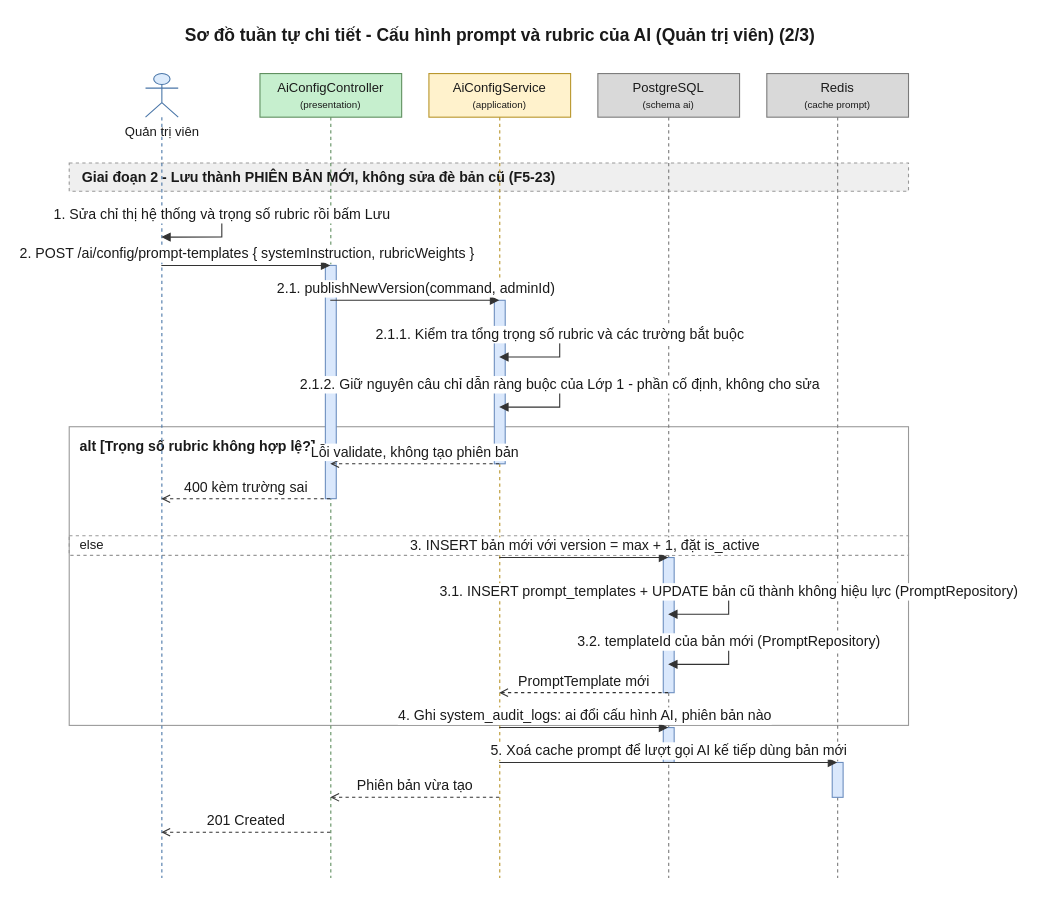
Before: 08-diagram/sequence/admin/sequence_admin_cau_hinh_prompt_ai_p2.drawio in daiphu1801/PRJ_ALGOPREP, a draw.io diagram. Source tidied: cells renumbered, new cells numbered last; positions are measured from the earlier drawing's top-left corner, leaving out a move shared by most shapes. Both pictures are drawn from the tidied source at 109%, with x=0, y=0 at pixel (69, 19).
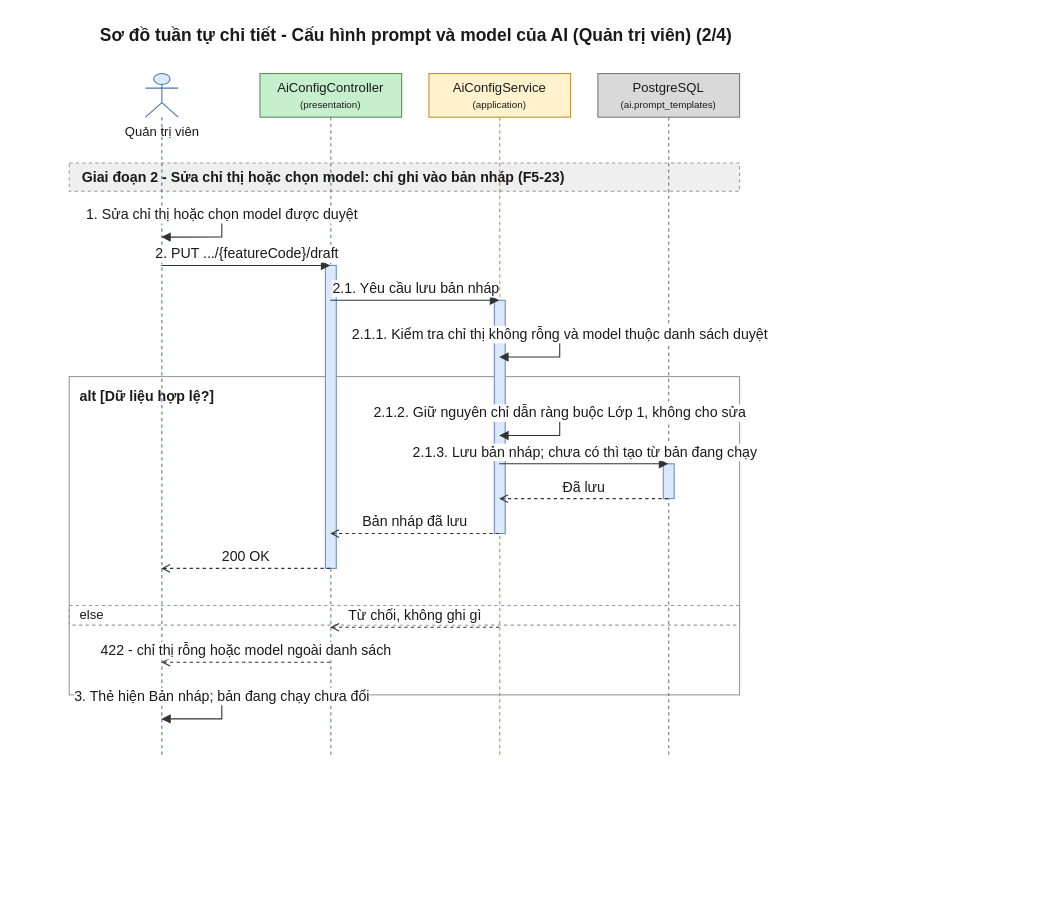
The same diagram, later.

Diff of the diagram source:
```diff
@@
-    <mxCell id="2" value="Sơ đồ tuần tự chi tiết - Cấu hình prompt và rubric của AI (Quản trị viên) (2/3)" style="text;html=1;fontSize=16;fontStyle=1;align=center;verticalAlign=middle;fontColor=#1A1A1A;" parent="1" vertex="1">
-      <mxGeometry x="20" width="750" height="30" as="geometry" />
+    <mxCell id="2" value="Sơ đồ tuần tự chi tiết - Cấu hình prompt và model của AI (Quản trị viên) (2/4)" style="text;html=1;fontSize=16;fontStyle=1;align=center;verticalAlign=middle;fontColor=#1A1A1A;" parent="1" vertex="1">
+      <mxGeometry x="20" width="595" height="30" as="geometry" />
     </mxCell>
-    <mxCell id="3" value="alt [Trọng số rubric không hợp lệ?]" style="algoprep=alt;rounded=0;whiteSpace=wrap;html=1;fillColor=none;strokeColor=#999999;verticalAlign=top;align=left;spacingLeft=8;spacingTop=4;fontColor=#1A1A1A;fontSize=13;fontStyle=1;dashed=0;" parent="1" vertex="1">
-      <mxGeometry y="374" width="770" height="274" as="geometry" />
+    <mxCell id="3" value="alt [Dữ liệu hợp lệ?]" style="algoprep=alt;rounded=0;whiteSpace=wrap;html=1;fillColor=none;strokeColor=#999999;verticalAlign=top;align=left;spacingLeft=8;spacingTop=4;fontColor=#1A1A1A;fontSize=13;fontStyle=1;dashed=0;" parent="1" vertex="1">
+      <mxGeometry y="328" width="615" height="292" as="geometry" />
     </mxCell>
     <mxCell id="4" value="else" style="text;html=1;dashed=1;strokeColor=#999999;fillColor=none;align=left;verticalAlign=middle;spacingLeft=8;fontColor=#1A1A1A;fontSize=12;" parent="1" vertex="1">
-      <mxGeometry y="474" width="770" height="18" as="geometry" />
+      <mxGeometry y="538" width="615" height="18" as="geometry" />
     </mxCell>
-    <mxCell id="5" value="Giai đoạn 2 - Lưu thành PHIÊN BẢN MỚI, không sửa đè bản cũ (F5-23)" style="algoprep=phase;rounded=0;whiteSpace=wrap;html=1;fillColor=#EFEFEF;strokeColor=#999999;dashed=1;align=left;verticalAlign=middle;spacingLeft=10;fontColor=#1A1A1A;fontSize=13;fontStyle=1;" parent="1" vertex="1">
-      <mxGeometry y="132" width="770" height="26" as="geometry" />
+    <mxCell id="5" value="Giai đoạn 2 - Sửa chỉ thị hoặc chọn model: chỉ ghi vào bản nháp (F5-23)" style="algoprep=phase;rounded=0;whiteSpace=wrap;html=1;fillColor=#EFEFEF;strokeColor=#999999;dashed=1;align=left;verticalAlign=middle;spacingLeft=10;fontColor=#1A1A1A;fontSize=13;fontStyle=1;" parent="1" vertex="1">
+      <mxGeometry y="132" width="615" height="26" as="geometry" />
     </mxCell>
     <mxCell id="6" value="Quản trị viên" style="shape=umlLifeline;participant=umlActor;perimeter=lifelinePerimeter;html=1;outlineConnect=0;size=40;verticalAlign=top;spacingTop=40;fillColor=#DCEBFC;strokeColor=#4A76A8;fontColor=#1A1A1A;" parent="1" vertex="1">
-      <mxGeometry x="70" y="50" width="30" height="738" as="geometry" />
+      <mxGeometry x="70" y="50" width="30" height="628" as="geometry" />
     </mxCell>
     <mxCell id="7" value="AiConfigController&lt;br&gt;&lt;font style=&quot;font-size:9px&quot;&gt;(presentation)&lt;/font&gt;" style="shape=umlLifeline;perimeter=lifelinePerimeter;whiteSpace=wrap;html=1;outlineConnect=0;size=40;fillColor=#C6EFCE;strokeColor=#5E8E5E;fontColor=#1A1A1A;" parent="1" vertex="1">
-      <mxGeometry x="175" y="50" width="130" height="738" as="geometry" />
+      <mxGeometry x="175" y="50" width="130" height="628" as="geometry" />
     </mxCell>
     <mxCell id="8" value="AiConfigService&lt;br&gt;&lt;font style=&quot;font-size:9px&quot;&gt;(application)&lt;/font&gt;" style="shape=umlLifeline;perimeter=lifelinePerimeter;whiteSpace=wrap;html=1;outlineConnect=0;size=40;fillColor=#FFF2CC;strokeColor=#B8952A;fontColor=#1A1A1A;" parent="1" vertex="1">
-      <mxGeometry x="330" y="50" width="130" height="738" as="geometry" />
+      <mxGeometry x="330" y="50" width="130" height="628" as="geometry" />
     </mxCell>
-    <mxCell id="9" value="PostgreSQL&lt;br&gt;&lt;font style=&quot;font-size:9px&quot;&gt;(schema ai)&lt;/font&gt;" style="shape=umlLifeline;perimeter=lifelinePerimeter;whiteSpace=wrap;html=1;outlineConnect=0;size=40;fillColor=#D9D9D9;strokeColor=#7A7A7A;fontColor=#1A1A1A;" parent="1" vertex="1">
-      <mxGeometry x="485" y="50" width="130" height="738" as="geometry" />
+    <mxCell id="9" value="PostgreSQL&lt;br&gt;&lt;font style=&quot;font-size:9px&quot;&gt;(ai.prompt_templates)&lt;/font&gt;" style="shape=umlLifeline;perimeter=lifelinePerimeter;whiteSpace=wrap;html=1;outlineConnect=0;size=40;fillColor=#D9D9D9;strokeColor=#7A7A7A;fontColor=#1A1A1A;" parent="1" vertex="1">
+      <mxGeometry x="485" y="50" width="130" height="628" as="geometry" />
     </mxCell>
-    <mxCell id="10" value="Redis&lt;br&gt;&lt;font style=&quot;font-size:9px&quot;&gt;(cache prompt)&lt;/font&gt;" style="shape=umlLifeline;perimeter=lifelinePerimeter;whiteSpace=wrap;html=1;outlineConnect=0;size=40;fillColor=#D9D9D9;strokeColor=#7A7A7A;fontColor=#1A1A1A;" parent="1" vertex="1">
-      <mxGeometry x="640" y="50" width="130" height="738" as="geometry" />
+    <mxCell id="10" style="html=1;points=[[0,0,0,0,0],[0,1,0,0,0],[1,0,0,0,0],[1,1,0,0,0]];perimeter=orthogonalPerimeter;outlineConnect=0;targetShapes=umlLifeline;fillColor=#DAE8FC;strokeColor=#6C8EBF;" parent="9" vertex="1">
+      <mxGeometry x="60" y="358" width="10" height="32" as="geometry" />
     </mxCell>
     <mxCell id="11" style="html=1;perimeter=orthogonalPerimeter;targetShapes=umlLifeline;fillColor=#DAE8FC;strokeColor=#6C8EBF;" parent="8" vertex="1">
-      <mxGeometry x="60" y="208" width="10" height="150" as="geometry" />
+      <mxGeometry x="60" y="208" width="10" height="214" as="geometry" />
     </mxCell>
     <mxCell id="12" style="html=1;perimeter=orthogonalPerimeter;targetShapes=umlLifeline;fillColor=#DAE8FC;strokeColor=#6C8EBF;" parent="7" vertex="1">
-      <mxGeometry x="60" y="176" width="10" height="214" as="geometry" />
+      <mxGeometry x="60" y="176" width="10" height="278" as="geometry" />
     </mxCell>
-    <mxCell id="13" style="html=1;perimeter=orthogonalPerimeter;targetShapes=umlLifeline;fillColor=#DAE8FC;strokeColor=#6C8EBF;" parent="9" vertex="1">
-      <mxGeometry x="60" y="444" width="10" height="124" as="geometry" />
-    </mxCell>
-    <mxCell id="14" style="html=1;perimeter=orthogonalPerimeter;targetShapes=umlLifeline;fillColor=#DAE8FC;strokeColor=#6C8EBF;" parent="9" vertex="1">
-      <mxGeometry x="60" y="600" width="10" height="32" as="geometry" />
-    </mxCell>
-    <mxCell id="15" style="html=1;perimeter=orthogonalPerimeter;targetShapes=umlLifeline;fillColor=#DAE8FC;strokeColor=#6C8EBF;" parent="10" vertex="1">
-      <mxGeometry x="60" y="632" width="10" height="32" as="geometry" />
-    </mxCell>
+    <mxCell id="31" value="1. Sửa chỉ thị hoặc chọn model được duyệt" style="edgeStyle=orthogonalEdgeStyle;rounded=0;html=1;endArrow=block;endFill=1;strokeColor=#333333;fontColor=#1A1A1A;fontSize=13;verticalAlign=bottom;exitX=0.5;exitY=0.2070;exitDx=0;exitDy=0;entryX=0.5;entryY=0.2389;entryDx=0;entryDy=0;" parent="1" edge="1" source="6" target="6">
+      <mxGeometry relative="1" as="geometry">
+        <Array as="points">
+          <mxPoint x="140" y="180" />
+          <mxPoint x="140" y="200" />
+        </Array>
+      </mxGeometry>
+    </mxCell>
+    <mxCell id="32" value="2. PUT .../{featureCode}/draft" style="edgeStyle=none;html=1;endArrow=block;endFill=1;strokeColor=#333333;fontColor=#1A1A1A;fontSize=13;verticalAlign=bottom;exitX=0.5;exitY=0.2803;exitDx=0;exitDy=0;entryX=0.5;entryY=0.2803;entryDx=0;entryDy=0;" parent="1" edge="1" source="6" target="7">
+      <mxGeometry relative="1" as="geometry" />
+    </mxCell>
+    <mxCell id="33" value="2.1. Yêu cầu lưu bản nháp" style="edgeStyle=none;html=1;endArrow=block;endFill=1;strokeColor=#333333;fontColor=#1A1A1A;fontSize=13;verticalAlign=bottom;exitX=0.5;exitY=0.3312;exitDx=0;exitDy=0;entryX=0.5;entryY=0.3312;entryDx=0;entryDy=0;" parent="1" edge="1" source="7" target="8">
+      <mxGeometry relative="1" as="geometry" />
+    </mxCell>
-    <mxCell id="16" value="1. Sửa chỉ thị hệ thống và trọng số rubric rồi bấm Lưu" style="edgeStyle=orthogonalEdgeStyle;rounded=0;html=1;endArrow=block;endFill=1;strokeColor=#333333;fontColor=#1A1A1A;fontSize=13;verticalAlign=bottom;exitX=0.5;exitY=0.1762;exitDx=0;exitDy=0;entryX=0.5;entryY=0.2033;entryDx=0;entryDy=0;" parent="1" edge="1" source="6" target="6">
+    <mxCell id="16" value="2.1.1. Kiểm tra chỉ thị không rỗng và model thuộc danh sách duyệt" style="edgeStyle=orthogonalEdgeStyle;rounded=0;html=1;endArrow=block;endFill=1;strokeColor=#333333;fontColor=#1A1A1A;fontSize=13;verticalAlign=bottom;exitX=0.5;exitY=0.3822;exitDx=0;exitDy=0;entryX=0.5;entryY=0.4140;entryDx=0;entryDy=0;" parent="1" edge="1" source="8" target="8">
       <mxGeometry relative="1" as="geometry">
         <Array as="points">
-          <mxPoint x="140" y="180" />
-          <mxPoint x="140" y="200" />
+          <mxPoint x="450" y="290" />
+          <mxPoint x="450" y="310" />
         </Array>
       </mxGeometry>
     </mxCell>
-    <mxCell id="17" value="2. POST /ai/config/prompt-templates { systemInstruction, rubricWeights }" style="edgeStyle=none;html=1;endArrow=block;endFill=1;strokeColor=#333333;fontColor=#1A1A1A;fontSize=13;verticalAlign=bottom;exitX=0.5;exitY=0.2385;exitDx=0;exitDy=0;entryX=0.5;entryY=0.2385;entryDx=0;entryDy=0;" parent="1" edge="1" source="6" target="7">
-      <mxGeometry relative="1" as="geometry" />
+    <mxCell id="17" value="2.1.2. Giữ nguyên chỉ dẫn ràng buộc Lớp 1, không cho sửa" style="edgeStyle=orthogonalEdgeStyle;rounded=0;html=1;endArrow=block;endFill=1;strokeColor=#333333;fontColor=#1A1A1A;fontSize=13;verticalAlign=bottom;exitX=0.5;exitY=0.4968;exitDx=0;exitDy=0;entryX=0.5;entryY=0.5287;entryDx=0;entryDy=0;" parent="1" edge="1" source="8" target="8">
+      <mxGeometry relative="1" as="geometry">
+        <Array as="points">
+          <mxPoint x="450" y="362" />
+          <mxPoint x="450" y="382" />
+        </Array>
+      </mxGeometry>
     </mxCell>
-    <mxCell id="18" value="2.1. publishNewVersion(command, adminId)" style="edgeStyle=none;html=1;endArrow=block;endFill=1;strokeColor=#333333;fontColor=#1A1A1A;fontSize=13;verticalAlign=bottom;exitX=0.5;exitY=0.2818;exitDx=0;exitDy=0;entryX=0.5;entryY=0.2818;entryDx=0;entryDy=0;" parent="1" edge="1" source="7" target="8">
+    <mxCell id="18" value="2.1.3. Lưu bản nháp; chưa có thì tạo từ bản đang chạy" style="edgeStyle=none;html=1;endArrow=block;endFill=1;strokeColor=#333333;fontColor=#1A1A1A;fontSize=13;verticalAlign=bottom;exitX=0.5;exitY=0.5701;exitDx=0;exitDy=0;entryX=0.5;entryY=0.5701;entryDx=0;entryDy=0;" parent="1" edge="1" source="8" target="9">
       <mxGeometry relative="1" as="geometry" />
     </mxCell>
-    <mxCell id="19" value="2.1.1. Kiểm tra tổng trọng số rubric và các trường bắt buộc" style="edgeStyle=orthogonalEdgeStyle;rounded=0;html=1;endArrow=block;endFill=1;strokeColor=#333333;fontColor=#1A1A1A;fontSize=13;verticalAlign=bottom;exitX=0.5;exitY=0.3252;exitDx=0;exitDy=0;entryX=0.5;entryY=0.3523;entryDx=0;entryDy=0;" parent="1" edge="1" source="8" target="8">
-      <mxGeometry relative="1" as="geometry">
-        <Array as="points">
-          <mxPoint x="450" y="290" />
-          <mxPoint x="450" y="310" />
-        </Array>
-      </mxGeometry>
+    <mxCell id="19" value="Đã lưu" style="edgeStyle=none;html=1;endArrow=open;endFill=0;dashed=1;strokeColor=#333333;fontColor=#1A1A1A;fontSize=13;verticalAlign=bottom;exitX=0.5;exitY=0.6210;exitDx=0;exitDy=0;entryX=0.5;entryY=0.6210;entryDx=0;entryDy=0;" parent="1" edge="1" source="9" target="8">
+      <mxGeometry relative="1" as="geometry" />
     </mxCell>
-    <mxCell id="20" value="2.1.2. Giữ nguyên câu chỉ dẫn ràng buộc của Lớp 1 - phần cố định, không cho sửa" style="edgeStyle=orthogonalEdgeStyle;rounded=0;html=1;endArrow=block;endFill=1;strokeColor=#333333;fontColor=#1A1A1A;fontSize=13;verticalAlign=bottom;exitX=0.5;exitY=0.3875;exitDx=0;exitDy=0;entryX=0.5;entryY=0.4146;entryDx=0;entryDy=0;" parent="1" edge="1" source="8" target="8">
-      <mxGeometry relative="1" as="geometry">
-        <Array as="points">
-          <mxPoint x="450" y="336" />
-          <mxPoint x="450" y="356" />
-        </Array>
-      </mxGeometry>
+    <mxCell id="20" value="Bản nháp đã lưu" style="edgeStyle=none;html=1;endArrow=open;endFill=0;dashed=1;strokeColor=#333333;fontColor=#1A1A1A;fontSize=13;verticalAlign=bottom;exitX=0.5;exitY=0.6720;exitDx=0;exitDy=0;entryX=0.5;entryY=0.6720;entryDx=0;entryDy=0;" parent="1" edge="1" source="8" target="7">
+      <mxGeometry relative="1" as="geometry" />
     </mxCell>
-    <mxCell id="21" value="Lỗi validate, không tạo phiên bản" style="edgeStyle=none;html=1;endArrow=open;endFill=0;dashed=1;strokeColor=#333333;fontColor=#1A1A1A;fontSize=13;verticalAlign=bottom;exitX=0.5;exitY=0.4851;exitDx=0;exitDy=0;entryX=0.5;entryY=0.4851;entryDx=0;entryDy=0;" parent="1" edge="1" source="8" target="7">
+    <mxCell id="21" value="200 OK" style="edgeStyle=none;html=1;endArrow=open;endFill=0;dashed=1;strokeColor=#333333;fontColor=#1A1A1A;fontSize=13;verticalAlign=bottom;exitX=0.5;exitY=0.7229;exitDx=0;exitDy=0;entryX=0.5;entryY=0.7229;entryDx=0;entryDy=0;" parent="1" edge="1" source="7" target="6">
       <mxGeometry relative="1" as="geometry" />
     </mxCell>
-    <mxCell id="22" value="400 kèm trường sai" style="edgeStyle=none;html=1;endArrow=open;endFill=0;dashed=1;strokeColor=#333333;fontColor=#1A1A1A;fontSize=13;verticalAlign=bottom;exitX=0.5;exitY=0.5285;exitDx=0;exitDy=0;entryX=0.5;entryY=0.5285;entryDx=0;entryDy=0;" parent="1" edge="1" source="7" target="6">
+    <mxCell id="22" value="Từ chối, không ghi gì" style="edgeStyle=none;html=1;endArrow=open;endFill=0;dashed=1;strokeColor=#333333;fontColor=#1A1A1A;fontSize=13;verticalAlign=bottom;exitX=0.5;exitY=0.8089;exitDx=0;exitDy=0;entryX=0.5;entryY=0.8089;entryDx=0;entryDy=0;" parent="1" edge="1" source="8" target="7">
       <mxGeometry relative="1" as="geometry" />
     </mxCell>
-    <mxCell id="23" value="3. INSERT bản mới với version = max + 1, đặt is_active" style="edgeStyle=none;html=1;endArrow=block;endFill=1;strokeColor=#333333;fontColor=#1A1A1A;fontSize=13;verticalAlign=bottom;exitX=0.5;exitY=0.6016;exitDx=0;exitDy=0;entryX=0.5;entryY=0.6016;entryDx=0;entryDy=0;" parent="1" edge="1" source="8" target="9">
+    <mxCell id="23" value="422 - chỉ thị rỗng hoặc model ngoài danh sách" style="edgeStyle=none;html=1;endArrow=open;endFill=0;dashed=1;strokeColor=#333333;fontColor=#1A1A1A;fontSize=13;verticalAlign=bottom;exitX=0.5;exitY=0.8599;exitDx=0;exitDy=0;entryX=0.5;entryY=0.8599;entryDx=0;entryDy=0;" parent="1" edge="1" source="7" target="6">
       <mxGeometry relative="1" as="geometry" />
     </mxCell>
-    <mxCell id="24" value="3.1. INSERT prompt_templates + UPDATE bản cũ thành không hiệu lực (PromptRepository)" style="edgeStyle=orthogonalEdgeStyle;rounded=0;html=1;endArrow=block;endFill=1;strokeColor=#333333;fontColor=#1A1A1A;fontSize=13;verticalAlign=bottom;exitX=0.5;exitY=0.6450;exitDx=0;exitDy=0;entryX=0.5;entryY=0.6721;entryDx=0;entryDy=0;" parent="1" edge="1" source="9" target="9">
+    <mxCell id="24" value="3. Thẻ hiện Bản nháp; bản đang chạy chưa đổi" style="edgeStyle=orthogonalEdgeStyle;rounded=0;html=1;endArrow=block;endFill=1;strokeColor=#333333;fontColor=#1A1A1A;fontSize=13;verticalAlign=bottom;exitX=0.5;exitY=0.9108;exitDx=0;exitDy=0;entryX=0.5;entryY=0.9427;entryDx=0;entryDy=0;" parent="1" edge="1" source="6" target="6">
       <mxGeometry relative="1" as="geometry">
         <Array as="points">
-          <mxPoint x="605" y="526" />
-          <mxPoint x="605" y="546" />
+          <mxPoint x="140" y="622" />
+          <mxPoint x="140" y="642" />
         </Array>
       </mxGeometry>
     </mxCell>
-    <mxCell id="25" value="3.2. templateId của bản mới (PromptRepository)" style="edgeStyle=orthogonalEdgeStyle;rounded=0;html=1;endArrow=block;endFill=1;strokeColor=#333333;fontColor=#1A1A1A;fontSize=13;verticalAlign=bottom;exitX=0.5;exitY=0.7073;exitDx=0;exitDy=0;entryX=0.5;entryY=0.7344;entryDx=0;entryDy=0;" parent="1" edge="1" source="9" target="9">
-      <mxGeometry relative="1" as="geometry">
-        <Array as="points">
-          <mxPoint x="605" y="572" />
-          <mxPoint x="605" y="592" />
-        </Array>
-      </mxGeometry>
-    </mxCell>
-    <mxCell id="26" value="PromptTemplate mới" style="edgeStyle=none;html=1;endArrow=open;endFill=0;dashed=1;strokeColor=#333333;fontColor=#1A1A1A;fontSize=13;verticalAlign=bottom;exitX=0.5;exitY=0.7696;exitDx=0;exitDy=0;entryX=0.5;entryY=0.7696;entryDx=0;entryDy=0;" parent="1" edge="1" source="9" target="8">
-      <mxGeometry relative="1" as="geometry" />
-    </mxCell>
-    <mxCell id="27" value="4. Ghi system_audit_logs: ai đổi cấu hình AI, phiên bản nào" style="edgeStyle=none;html=1;endArrow=block;endFill=1;strokeColor=#333333;fontColor=#1A1A1A;fontSize=13;verticalAlign=bottom;exitX=0.5;exitY=0.8130;exitDx=0;exitDy=0;entryX=0.5;entryY=0.8130;entryDx=0;entryDy=0;" parent="1" edge="1" source="8" target="9">
-      <mxGeometry relative="1" as="geometry" />
-    </mxCell>
-    <mxCell id="28" value="5. Xoá cache prompt để lượt gọi AI kế tiếp dùng bản mới" style="edgeStyle=none;html=1;endArrow=block;endFill=1;strokeColor=#333333;fontColor=#1A1A1A;fontSize=13;verticalAlign=bottom;exitX=0.5;exitY=0.8564;exitDx=0;exitDy=0;entryX=0.5;entryY=0.8564;entryDx=0;entryDy=0;" parent="1" edge="1" source="8" target="10">
-      <mxGeometry relative="1" as="geometry" />
-    </mxCell>
-    <mxCell id="29" value="Phiên bản vừa tạo" style="edgeStyle=none;html=1;endArrow=open;endFill=0;dashed=1;strokeColor=#333333;fontColor=#1A1A1A;fontSize=13;verticalAlign=bottom;exitX=0.5;exitY=0.8997;exitDx=0;exitDy=0;entryX=0.5;entryY=0.8997;entryDx=0;entryDy=0;" parent="1" edge="1" source="8" target="7">
-      <mxGeometry relative="1" as="geometry" />
-    </mxCell>
-    <mxCell id="30" value="201 Created" style="edgeStyle=none;html=1;endArrow=open;endFill=0;dashed=1;strokeColor=#333333;fontColor=#1A1A1A;fontSize=13;verticalAlign=bottom;exitX=0.5;exitY=0.9431;exitDx=0;exitDy=0;entryX=0.5;entryY=0.9431;entryDx=0;entryDy=0;" parent="1" edge="1" source="7" target="6">
-      <mxGeometry relative="1" as="geometry" />
-    </mxCell>
```
